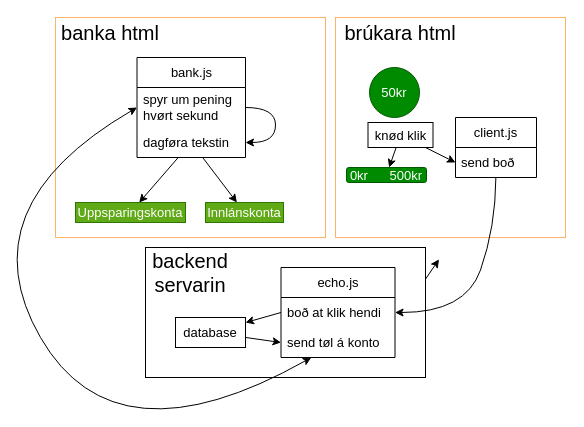
Before: overveiw-code.drawio in Brian-ED/sparas-kodu, a draw.io diagram. Source tidied: cells renumbered, new cells numbered last; positions are measured from the earlier drawing's top-left corner, leaving out a move shared by most shapes. Both pictures are drawn from the tidied source at 100%, with x=0, y=0 at pixel (-35, 17).
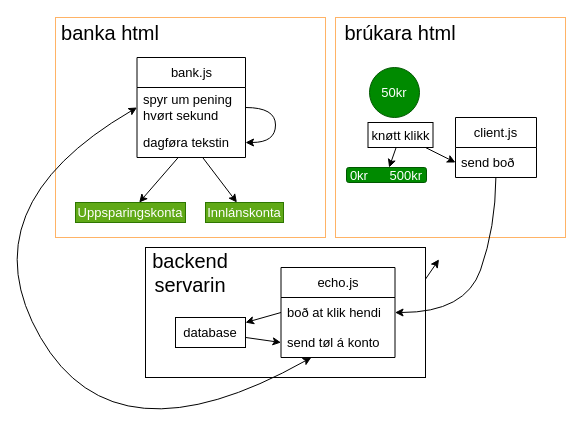
After the change.

Commit message:
spelling mistakes

The edit, as a diff of the source:
```diff
@@
-    <mxCell id="31" value="&lt;span style=&quot;text-align: left;&quot;&gt;knød klik&lt;/span&gt;" style="rounded=0;whiteSpace=wrap;html=1;strokeColor=default;fontSize=13;" parent="1" vertex="1">
+    <mxCell id="31" value="&lt;span style=&quot;text-align: left;&quot;&gt;knøtt klikk&lt;/span&gt;" style="rounded=0;whiteSpace=wrap;html=1;strokeColor=default;fontSize=13;" parent="1" vertex="1">
       <mxGeometry x="402.5" y="105" width="65" height="25" as="geometry" />
     </mxCell>
```
